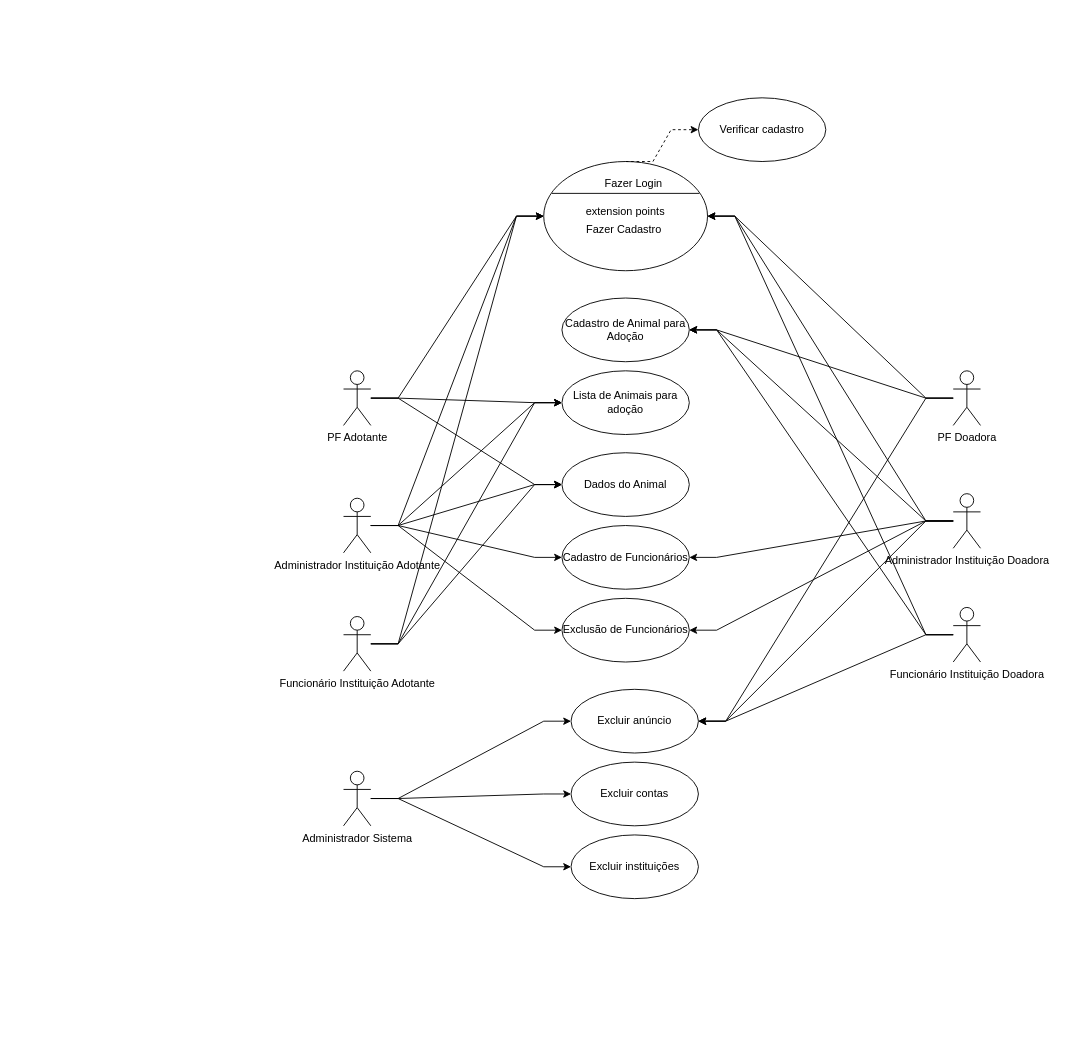
This is Documentos/Caso de Uso.drawio from GuilhermeRPimenta/trabalho-modelagem, a draw.io file, before an edit. Source tidied: cells renumbered, new cells numbered last; positions are measured from the earlier drawing's top-left corner, leaving out a move shared by most shapes. Both pictures are drawn from the tidied source at 91%, with x=0, y=0 at pixel (343, 97).
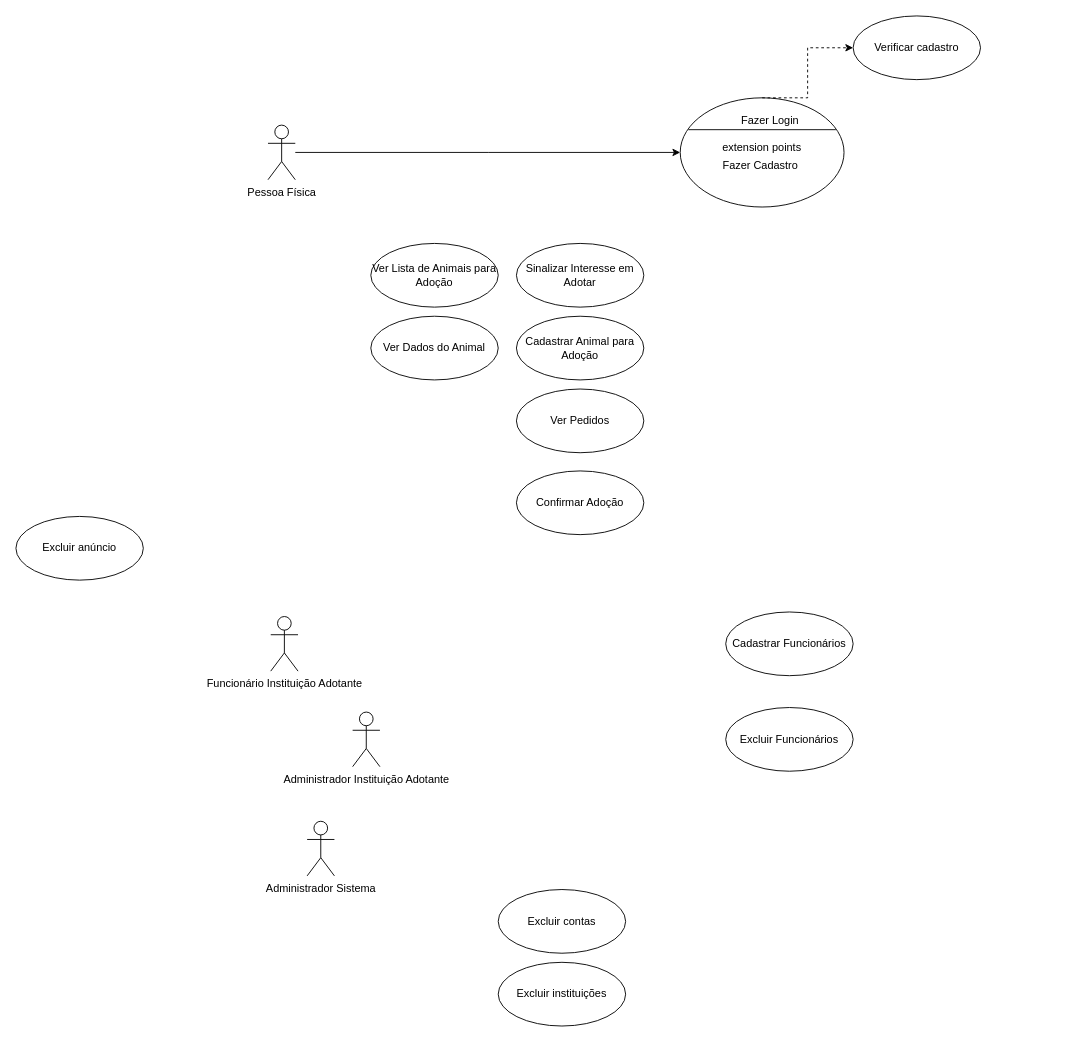
After the change.

Commit message:
junção doador/adotante

Diff of the diagram source:
```diff
@@
-    <mxCell id="2" style="edgeStyle=entityRelationEdgeStyle;rounded=0;jettySize=auto;html=1;entryX=0;entryY=0.5;entryDx=0;entryDy=0;" parent="1" edge="1" source="5" target="41">
+    <mxCell id="2" style="edgeStyle=elbowEdgeStyle;shape=connector;rounded=0;jettySize=auto;html=1;entryX=0;entryY=0.5;entryDx=0;entryDy=0;strokeColor=default;align=center;verticalAlign=middle;fontFamily=Helvetica;fontSize=11;fontColor=default;labelBackgroundColor=default;endArrow=classic;" parent="1" edge="1" source="5" target="41">
       <mxGeometry relative="1" as="geometry" />
     </mxCell>
-    <mxCell id="3" style="edgeStyle=entityRelationEdgeStyle;shape=connector;rounded=0;jettySize=auto;html=1;entryX=0;entryY=0.5;entryDx=0;entryDy=0;strokeColor=default;align=center;verticalAlign=middle;fontFamily=Helvetica;fontSize=11;fontColor=default;labelBackgroundColor=default;endArrow=classic;" parent="1" edge="1" source="5" target="48">
-      <mxGeometry relative="1" as="geometry" />
-    </mxCell>
-    <mxCell id="4" style="edgeStyle=entityRelationEdgeStyle;shape=connector;rounded=0;jettySize=auto;html=1;entryX=0;entryY=0.5;entryDx=0;entryDy=0;strokeColor=default;align=center;verticalAlign=middle;fontFamily=Helvetica;fontSize=11;fontColor=default;labelBackgroundColor=default;endArrow=classic;" parent="1" edge="1" source="5" target="49">
-      <mxGeometry relative="1" as="geometry" />
-    </mxCell>
-    <mxCell id="5" value="PF Adotante" style="shape=umlActor;verticalLabelPosition=bottom;verticalAlign=top;html=1;outlineConnect=0;" parent="1" vertex="1">
-      <mxGeometry y="300" width="30" height="60" as="geometry" />
+    <mxCell id="5" value="Pessoa Física" style="shape=umlActor;verticalLabelPosition=bottom;verticalAlign=top;html=1;outlineConnect=0;" parent="1" vertex="1">
+      <mxGeometry x="-83" y="30" width="30" height="60" as="geometry" />
     </mxCell>
-    <mxCell id="6" style="rounded=0;jettySize=auto;html=1;entryX=0;entryY=0.5;entryDx=0;entryDy=0;edgeStyle=entityRelationEdgeStyle;strokeColor=default;" parent="1" edge="1" source="11" target="23">
-      <mxGeometry relative="1" as="geometry" />
-    </mxCell>
-    <mxCell id="7" style="edgeStyle=entityRelationEdgeStyle;rounded=0;jettySize=auto;html=1;entryX=0;entryY=0.5;entryDx=0;entryDy=0;" parent="1" edge="1" source="11" target="41">
-      <mxGeometry relative="1" as="geometry" />
-    </mxCell>
-    <mxCell id="8" style="edgeStyle=entityRelationEdgeStyle;rounded=0;jettySize=auto;html=1;entryX=0;entryY=0.5;entryDx=0;entryDy=0;" parent="1" edge="1" source="11" target="31">
-      <mxGeometry relative="1" as="geometry" />
-    </mxCell>
-    <mxCell id="9" style="edgeStyle=entityRelationEdgeStyle;shape=connector;rounded=0;jettySize=auto;html=1;strokeColor=default;align=center;verticalAlign=middle;fontFamily=Helvetica;fontSize=11;fontColor=default;labelBackgroundColor=default;endArrow=classic;entryX=0;entryY=0.5;entryDx=0;entryDy=0;" parent="1" edge="1" source="11" target="48">
-      <mxGeometry relative="1" as="geometry" />
-    </mxCell>
-    <mxCell id="10" style="edgeStyle=entityRelationEdgeStyle;shape=connector;rounded=0;jettySize=auto;html=1;strokeColor=default;align=center;verticalAlign=middle;fontFamily=Helvetica;fontSize=11;fontColor=default;labelBackgroundColor=default;endArrow=classic;entryX=0;entryY=0.5;entryDx=0;entryDy=0;" parent="1" edge="1" source="11" target="49">
-      <mxGeometry relative="1" as="geometry" />
-    </mxCell>
     <mxCell id="11" value="Administrador Instituição Adotante" style="shape=umlActor;verticalLabelPosition=bottom;verticalAlign=top;html=1;outlineConnect=0;" parent="1" vertex="1">
-      <mxGeometry y="440" width="30" height="60" as="geometry" />
+      <mxGeometry x="10" y="675" width="30" height="60" as="geometry" />
     </mxCell>
-    <mxCell id="12" style="edgeStyle=entityRelationEdgeStyle;rounded=0;jettySize=auto;html=1;entryX=1;entryY=0.5;entryDx=0;entryDy=0;curved=0;strokeColor=default;" parent="1" edge="1" source="15" target="22">
-      <mxGeometry relative="1" as="geometry" />
-    </mxCell>
-    <mxCell id="13" style="edgeStyle=entityRelationEdgeStyle;rounded=0;jettySize=auto;html=1;entryX=1;entryY=0.5;entryDx=0;entryDy=0;" parent="1" edge="1" source="15" target="41">
-      <mxGeometry relative="1" as="geometry" />
-    </mxCell>
-    <mxCell id="14" style="edgeStyle=entityRelationEdgeStyle;rounded=0;jettySize=auto;html=1;entryX=1;entryY=0.5;entryDx=0;entryDy=0;" parent="1" edge="1" source="15" target="28">
-      <mxGeometry relative="1" as="geometry" />
-    </mxCell>
-    <mxCell id="15" value="PF Doadora" style="shape=umlActor;verticalLabelPosition=bottom;verticalAlign=top;html=1;outlineConnect=0;" parent="1" vertex="1">
-      <mxGeometry x="670" y="300" width="30" height="60" as="geometry" />
-    </mxCell>
-    <mxCell id="16" style="edgeStyle=entityRelationEdgeStyle;rounded=0;jettySize=auto;html=1;entryX=1;entryY=0.5;entryDx=0;entryDy=0;curved=0;strokeColor=default;" parent="1" edge="1" source="21" target="22">
-      <mxGeometry relative="1" as="geometry" />
-    </mxCell>
-    <mxCell id="17" style="edgeStyle=entityRelationEdgeStyle;rounded=0;jettySize=auto;html=1;entryX=1;entryY=0.5;entryDx=0;entryDy=0;strokeColor=default;" parent="1" edge="1" source="21" target="23">
-      <mxGeometry relative="1" as="geometry" />
-    </mxCell>
-    <mxCell id="18" style="edgeStyle=entityRelationEdgeStyle;rounded=0;jettySize=auto;html=1;entryX=1;entryY=0.5;entryDx=0;entryDy=0;" parent="1" edge="1" source="21" target="41">
-      <mxGeometry relative="1" as="geometry" />
-    </mxCell>
-    <mxCell id="19" style="edgeStyle=entityRelationEdgeStyle;rounded=0;jettySize=auto;html=1;entryX=1;entryY=0.5;entryDx=0;entryDy=0;" parent="1" edge="1" source="21" target="31">
-      <mxGeometry relative="1" as="geometry" />
-    </mxCell>
-    <mxCell id="20" style="edgeStyle=entityRelationEdgeStyle;rounded=0;jettySize=auto;html=1;entryX=1;entryY=0.5;entryDx=0;entryDy=0;" parent="1" edge="1" source="21" target="28">
-      <mxGeometry relative="1" as="geometry" />
-    </mxCell>
-    <mxCell id="21" value="Administrador Instituição Doadora" style="shape=umlActor;verticalLabelPosition=bottom;verticalAlign=top;html=1;outlineConnect=0;" parent="1" vertex="1">
-      <mxGeometry x="670" y="435" width="30" height="60" as="geometry" />
-    </mxCell>
-    <mxCell id="22" value="Cadastro de Animal para Adoção" style="ellipse;whiteSpace=wrap;html=1;" parent="1" vertex="1">
-      <mxGeometry x="240" y="220" width="140" height="70" as="geometry" />
+    <mxCell id="22" value="Cadastrar Animal para Adoção" style="ellipse;whiteSpace=wrap;html=1;" parent="1" vertex="1">
+      <mxGeometry x="190" y="240" width="140" height="70" as="geometry" />
     </mxCell>
-    <mxCell id="23" value="Cadastro de Funcionários" style="ellipse;whiteSpace=wrap;html=1;" parent="1" vertex="1">
-      <mxGeometry x="240" y="470" width="140" height="70" as="geometry" />
+    <mxCell id="23" value="Cadastrar Funcionários" style="ellipse;whiteSpace=wrap;html=1;" parent="1" vertex="1">
+      <mxGeometry x="420" y="565" width="140" height="70" as="geometry" />
     </mxCell>
-    <mxCell id="24" style="edgeStyle=entityRelationEdgeStyle;rounded=0;jettySize=auto;html=1;entryX=0;entryY=0.5;entryDx=0;entryDy=0;" parent="1" edge="1" source="27" target="28">
-      <mxGeometry relative="1" as="geometry" />
-    </mxCell>
-    <mxCell id="25" style="edgeStyle=entityRelationEdgeStyle;rounded=0;jettySize=auto;html=1;entryX=0;entryY=0.5;entryDx=0;entryDy=0;" parent="1" edge="1" source="27" target="29">
-      <mxGeometry relative="1" as="geometry" />
-    </mxCell>
-    <mxCell id="26" style="edgeStyle=entityRelationEdgeStyle;rounded=0;jettySize=auto;html=1;entryX=0;entryY=0.5;entryDx=0;entryDy=0;" parent="1" edge="1" source="27" target="30">
-      <mxGeometry relative="1" as="geometry" />
-    </mxCell>
     <mxCell id="27" value="Administrador Sistema" style="shape=umlActor;verticalLabelPosition=bottom;verticalAlign=top;html=1;outlineConnect=0;" parent="1" vertex="1">
-      <mxGeometry y="740" width="30" height="60" as="geometry" />
+      <mxGeometry x="-40" y="795" width="30" height="60" as="geometry" />
     </mxCell>
     <mxCell id="28" value="Excluir anúncio" style="ellipse;whiteSpace=wrap;html=1;" parent="1" vertex="1">
-      <mxGeometry x="250" y="650" width="140" height="70" as="geometry" />
+      <mxGeometry x="-360" y="460" width="140" height="70" as="geometry" />
     </mxCell>
     <mxCell id="29" value="Excluir contas" style="ellipse;whiteSpace=wrap;html=1;" parent="1" vertex="1">
-      <mxGeometry x="250" y="730" width="140" height="70" as="geometry" />
+      <mxGeometry x="170" y="870" width="140" height="70" as="geometry" />
     </mxCell>
     <mxCell id="30" value="Excluir instituições" style="ellipse;whiteSpace=wrap;html=1;" parent="1" vertex="1">
-      <mxGeometry x="250" y="810" width="140" height="70" as="geometry" />
+      <mxGeometry x="170" y="950" width="140" height="70" as="geometry" />
     </mxCell>
-    <mxCell id="31" value="Exclusão de Funcionários" style="ellipse;whiteSpace=wrap;html=1;" parent="1" vertex="1">
-      <mxGeometry x="240" y="550" width="140" height="70" as="geometry" />
+    <mxCell id="31" value="Excluir Funcionários" style="ellipse;whiteSpace=wrap;html=1;" parent="1" vertex="1">
+      <mxGeometry x="420" y="670" width="140" height="70" as="geometry" />
     </mxCell>
-    <mxCell id="32" style="edgeStyle=entityRelationEdgeStyle;shape=connector;rounded=0;jettySize=auto;html=1;entryX=1;entryY=0.5;entryDx=0;entryDy=0;strokeColor=default;align=center;verticalAlign=middle;fontFamily=Helvetica;fontSize=11;fontColor=default;labelBackgroundColor=default;endArrow=classic;" parent="1" edge="1" source="35" target="41">
-      <mxGeometry relative="1" as="geometry" />
-    </mxCell>
-    <mxCell id="33" style="edgeStyle=entityRelationEdgeStyle;shape=connector;rounded=0;jettySize=auto;html=1;entryX=1;entryY=0.5;entryDx=0;entryDy=0;strokeColor=default;align=center;verticalAlign=middle;fontFamily=Helvetica;fontSize=11;fontColor=default;labelBackgroundColor=default;endArrow=classic;" parent="1" edge="1" source="35" target="28">
-      <mxGeometry relative="1" as="geometry" />
-    </mxCell>
-    <mxCell id="34" style="edgeStyle=entityRelationEdgeStyle;shape=connector;rounded=0;jettySize=auto;html=1;entryX=1;entryY=0.5;entryDx=0;entryDy=0;strokeColor=default;align=center;verticalAlign=middle;fontFamily=Helvetica;fontSize=11;fontColor=default;labelBackgroundColor=default;endArrow=classic;" parent="1" edge="1" source="35" target="22">
-      <mxGeometry relative="1" as="geometry" />
-    </mxCell>
-    <mxCell id="35" value="Funcionário Instituição Doadora" style="shape=umlActor;verticalLabelPosition=bottom;verticalAlign=top;html=1;outlineConnect=0;" parent="1" vertex="1">
-      <mxGeometry x="670" y="560" width="30" height="60" as="geometry" />
-    </mxCell>
-    <mxCell id="36" style="edgeStyle=entityRelationEdgeStyle;rounded=0;jettySize=auto;html=1;entryX=0;entryY=0.5;entryDx=0;entryDy=0;" parent="1" edge="1" source="39" target="41">
-      <mxGeometry relative="1" as="geometry" />
-    </mxCell>
-    <mxCell id="37" style="edgeStyle=entityRelationEdgeStyle;shape=connector;rounded=0;jettySize=auto;html=1;strokeColor=default;align=center;verticalAlign=middle;fontFamily=Helvetica;fontSize=11;fontColor=default;labelBackgroundColor=default;endArrow=classic;entryX=0;entryY=0.5;entryDx=0;entryDy=0;" parent="1" edge="1" source="39" target="48">
-      <mxGeometry relative="1" as="geometry" />
-    </mxCell>
-    <mxCell id="38" style="edgeStyle=entityRelationEdgeStyle;shape=connector;rounded=0;jettySize=auto;html=1;strokeColor=default;align=center;verticalAlign=middle;fontFamily=Helvetica;fontSize=11;fontColor=default;labelBackgroundColor=default;endArrow=classic;entryX=0;entryY=0.5;entryDx=0;entryDy=0;" parent="1" edge="1" source="39" target="49">
-      <mxGeometry relative="1" as="geometry" />
-    </mxCell>
     <mxCell id="39" value="Funcionário Instituição Adotante" style="shape=umlActor;verticalLabelPosition=bottom;verticalAlign=top;html=1;outlineConnect=0;" parent="1" vertex="1">
-      <mxGeometry y="570" width="30" height="60" as="geometry" />
+      <mxGeometry x="-80" y="570" width="30" height="60" as="geometry" />
     </mxCell>
-    <mxCell id="40" style="group;" parent="1" vertex="1">
-      <mxGeometry x="220" width="310" height="190" as="geometry" />
-    </mxCell>
+    <mxCell id="48" value="Ver Lista de Animais para Adoção" style="ellipse;whiteSpace=wrap;html=1;" parent="1" vertex="1">
+      <mxGeometry x="30" y="160" width="140" height="70" as="geometry" />
+    </mxCell>
+    <mxCell id="49" value="Ver Dados do Animal" style="ellipse;whiteSpace=wrap;html=1;" parent="1" vertex="1">
+      <mxGeometry x="30" y="240" width="140" height="70" as="geometry" />
+    </mxCell>
+    <mxCell id="50" value="Sinalizar Interesse em Adotar" style="ellipse;whiteSpace=wrap;html=1;" parent="1" vertex="1">
+      <mxGeometry x="190" y="160" width="140" height="70" as="geometry" />
+    </mxCell>
+    <mxCell id="51" value="Ver Pedidos" style="ellipse;whiteSpace=wrap;html=1;" parent="1" vertex="1">
+      <mxGeometry x="190" y="320" width="140" height="70" as="geometry" />
+    </mxCell>
+    <mxCell id="52" value="Confirmar Adoção" style="ellipse;whiteSpace=wrap;html=1;" parent="1" vertex="1">
+      <mxGeometry x="190" y="410" width="140" height="70" as="geometry" />
+    </mxCell>
+    <mxCell id="53" style="group;" parent="1" vertex="1">
+      <mxGeometry x="370" y="-90" width="330" height="210" as="geometry" />
+    </mxCell>
-    <mxCell id="41" style="shape=ellipse;horizontal=1;html=1;dashed=0;" parent="40" vertex="1">
-      <mxGeometry y="70" width="180" height="120" as="geometry" />
+    <mxCell id="41" style="shape=ellipse;horizontal=1;html=1;dashed=0;" parent="53" vertex="1">
+      <mxGeometry y="90" width="180" height="120" as="geometry" />
     </mxCell>
@@
-    <mxCell id="46" value="Verificar cadastro" style="ellipse;whiteSpace=wrap;html=1;" parent="40" vertex="1">
-      <mxGeometry x="170" width="140" height="70" as="geometry" />
+    <mxCell id="46" value="Verificar cadastro" style="ellipse;whiteSpace=wrap;html=1;" parent="53" vertex="1">
+      <mxGeometry x="190" width="140" height="70" as="geometry" />
     </mxCell>
-    <mxCell id="47" style="edgeStyle=entityRelationEdgeStyle;rounded=0;jettySize=auto;html=1;entryX=0;entryY=0.5;entryDx=0;entryDy=0;dashed=1;elbow=vertical;exitX=0.5;exitY=0;exitDx=0;exitDy=0;" parent="40" edge="1" source="41" target="46">
+    <mxCell id="47" style="edgeStyle=elbowEdgeStyle;rounded=0;jettySize=auto;html=1;entryX=0;entryY=0.5;entryDx=0;entryDy=0;dashed=1;exitX=0.5;exitY=0;exitDx=0;exitDy=0;" parent="53" edge="1" source="41" target="46">
       <mxGeometry relative="1" as="geometry" />
     </mxCell>
-    <mxCell id="48" value="Lista de Animais para adoção" style="ellipse;whiteSpace=wrap;html=1;" parent="1" vertex="1">
-      <mxGeometry x="240" y="300" width="140" height="70" as="geometry" />
-    </mxCell>
-    <mxCell id="49" value="Dados do Animal" style="ellipse;whiteSpace=wrap;html=1;" parent="1" vertex="1">
-      <mxGeometry x="240" y="390" width="140" height="70" as="geometry" />
-    </mxCell>
```
